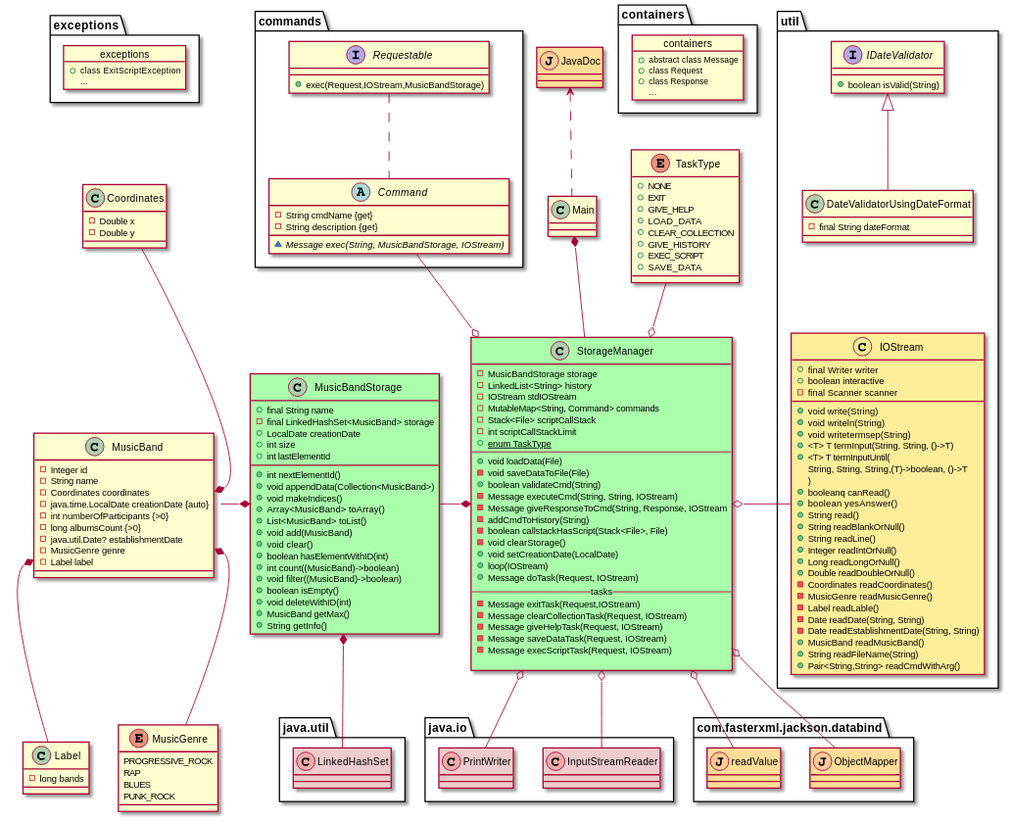
Before: lab-5-kotlin/Classes.svg, a diagram exported from PlantUML (e1turin/itmo-programming).
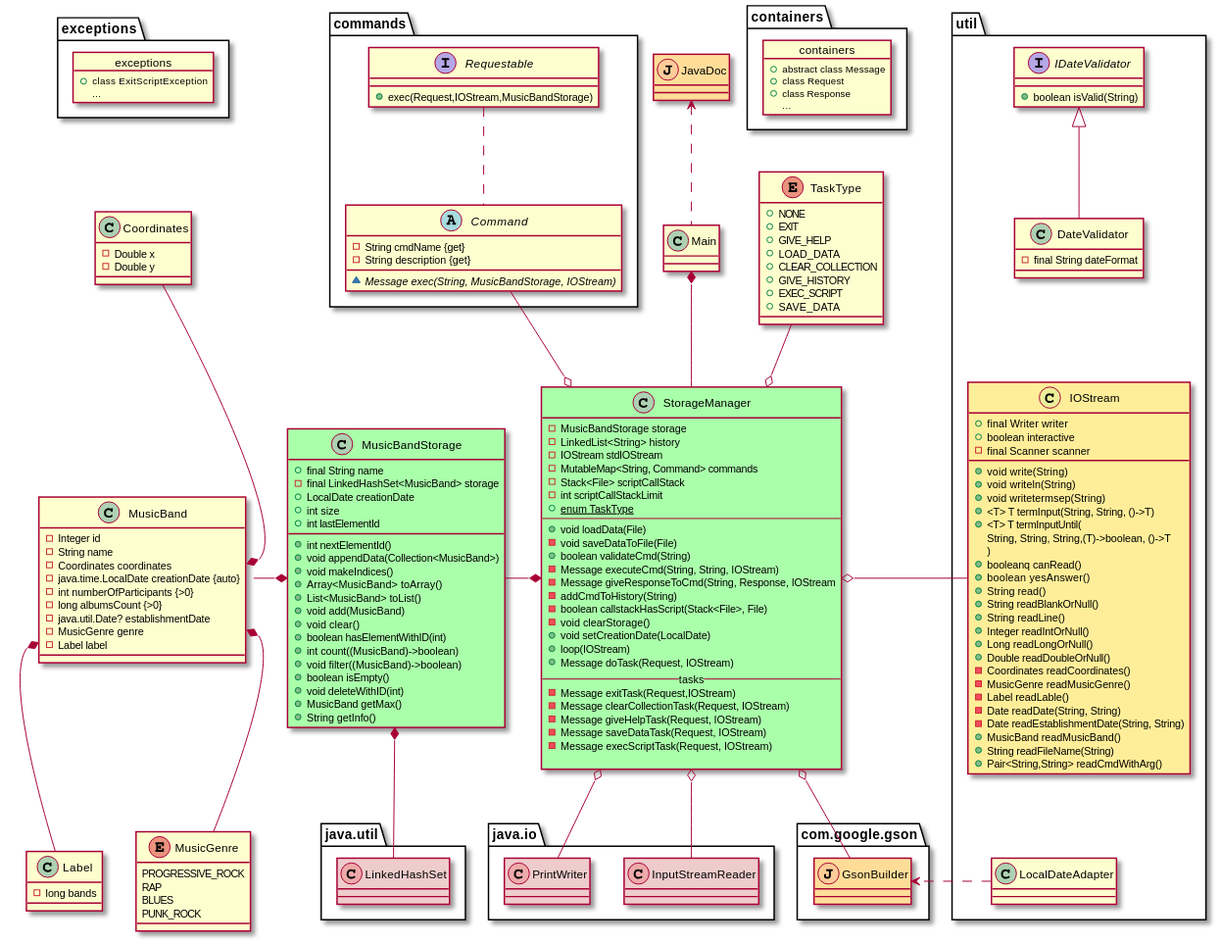
Later version of the same file.

Change to the diagram source:
```diff
@@ -132,10 +132,10 @@
 class JavaDoc << (J, #FFCC99)>> #FFDD99
 Main .u.> JavaDoc
 
-class com.fasterxml.jackson.databind.ObjectMapper << (J, #FFCC99)>> #FFDD99
-class com.fasterxml.jackson.databind.readValue << (J, #FFCC99)>> #FFDD99
-StorageManager o-- com.fasterxml.jackson.databind.readValue
-StorageManager o-- com.fasterxml.jackson.databind.ObjectMapper
+
+class com.google.gson.GsonBuilder << (J, #FFCC99)>> #FFDD99
+StorageManager o-- com.google.gson.GsonBuilder
+
 
 class java.io.InputStreamReader << (C, #EEAAAA) >> #EFCCCC
 class java.io.PrintWriter << (C, #EEAAAA) >> #EFCCCC
@@ -151,11 +151,11 @@
     interface IDateValidator {
         + boolean isValid(String)
     }
-    class DateValidatorUsingDateFormat {
+    class DateValidator {
         - final String dateFormat
     }
-    DateValidatorUsingDateFormat -u-|> IDateValidator
-    DateValidatorUsingDateFormat <-[hidden]d- IOStream
+    DateValidator -u-|> IDateValidator
+    DateValidator <-[hidden]d- IOStream
     class IOStream << (C, #EEEE99)>> #FFEE99{
         + final Writer writer
         + boolean interactive
@@ -184,7 +184,10 @@
         + String readFileName(String)
         + Pair<String,String> readCmdWithArg()
     }
+    class LocalDateAdapter
+    LocalDateAdapter <-[hidden]u- IOStream
 }
+LocalDateAdapter .> com.google.gson.GsonBuilder
 Command --o StorageManager
 
 MusicBandStorage -* StorageManager
```
